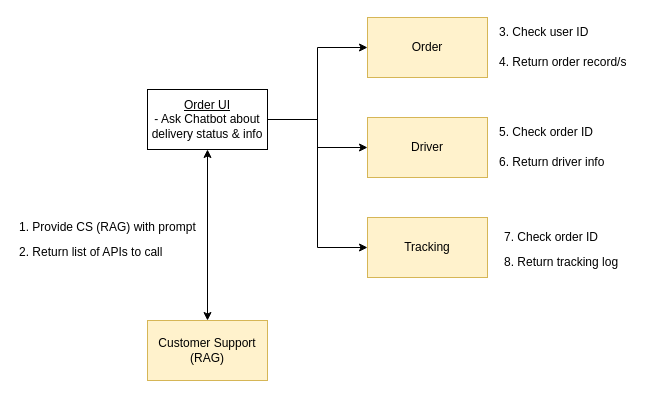
This is diagrams/CustomerSupport.drawio from darkliyznyanlin910/esd-2425T2, a draw.io file, before an edit. Source tidied: cells renumbered, new cells numbered last; positions are measured from the earlier drawing's top-left corner, leaving out a move shared by most shapes. Both pictures are drawn from the tidied source at 100%, with x=0, y=0 at pixel (17, 17).
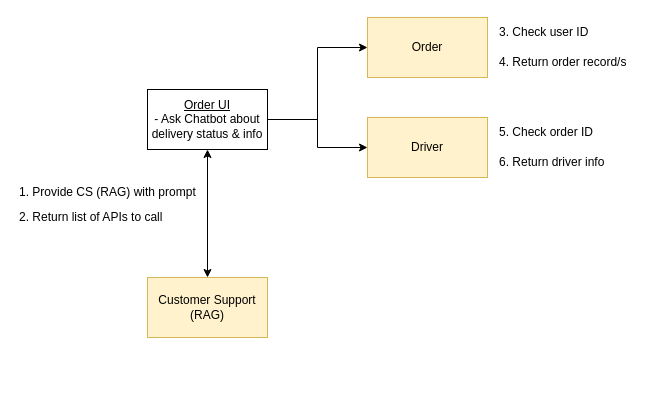
After the change.

Unchanged cells that the change refers to:
```xml
<mxCell id="5" value="&lt;u&gt;&lt;span style=&quot;background-color: transparent; color: light-dark(rgb(0, 0, 0), rgb(255, 255, 255));&quot;&gt;Order UI&lt;/span&gt;&lt;br&gt;&lt;/u&gt;&lt;span style=&quot;background-color: transparent; color: light-dark(rgb(0, 0, 0), rgb(255, 255, 255));&quot;&gt;- Ask Chatbot about delivery status &amp;amp; info&lt;/span&gt;" style="rounded=0;whiteSpace=wrap;html=1;align=center;" parent="1" vertex="1">
  <mxGeometry x="130" y="72" width="120" height="60" as="geometry" />
</mxCell>
```

Diff of the diagram source:
```diff
@@
-    <mxCell id="4" style="edgeStyle=orthogonalEdgeStyle;rounded=0;jettySize=auto;html=1;exitX=1;exitY=0.5;exitDx=0;exitDy=0;entryX=0;entryY=0.5;entryDx=0;entryDy=0;" parent="1" edge="1" source="5" target="11">
-      <mxGeometry relative="1" as="geometry" />
-    </mxCell>
@@
     <mxCell id="7" value="Customer Support (RAG)" style="rounded=0;whiteSpace=wrap;html=1;fillColor=#fff2cc;strokeColor=#d6b656;" parent="1" vertex="1">
-      <mxGeometry x="130" y="303" width="120" height="60" as="geometry" />
+      <mxGeometry x="130" y="260" width="120" height="60" as="geometry" />
     </mxCell>
@@
-    <mxCell id="11" value="Tracking" style="rounded=0;whiteSpace=wrap;html=1;fillColor=#fff2cc;strokeColor=#d6b656;" parent="1" vertex="1">
-      <mxGeometry x="350" y="200" width="120" height="60" as="geometry" />
-    </mxCell>
     <mxCell id="12" value="&lt;span style=&quot;background-color: transparent; color: light-dark(rgb(0, 0, 0), rgb(255, 255, 255));&quot;&gt;1. Provide CS (RAG) with prompt&lt;/span&gt;" style="text;html=1;align=left;verticalAlign=middle;strokeColor=none;fillColor=none;" parent="1" vertex="1">
-      <mxGeometry y="195" width="200" height="30" as="geometry" />
+      <mxGeometry y="160" width="200" height="30" as="geometry" />
     </mxCell>
@@
-    <mxCell id="17" value="7. Check order ID" style="text;html=1;align=left;verticalAlign=middle;strokeColor=none;fillColor=none;" parent="1" vertex="1">
-      <mxGeometry x="485" y="205" width="120" height="30" as="geometry" />
-    </mxCell>
-    <mxCell id="18" value="8. Return tracking log" style="text;html=1;align=left;verticalAlign=middle;strokeColor=none;fillColor=none;" parent="1" vertex="1">
-      <mxGeometry x="485" y="230" width="140" height="30" as="geometry" />
-    </mxCell>
     <mxCell id="19" value="&lt;span style=&quot;background-color: transparent; color: light-dark(rgb(0, 0, 0), rgb(255, 255, 255));&quot;&gt;2. Return list of APIs to call&lt;/span&gt;" style="text;html=1;align=left;verticalAlign=middle;strokeColor=none;fillColor=none;" parent="1" vertex="1">
-      <mxGeometry y="220" width="170" height="30" as="geometry" />
+      <mxGeometry y="185" width="170" height="30" as="geometry" />
     </mxCell>
```
